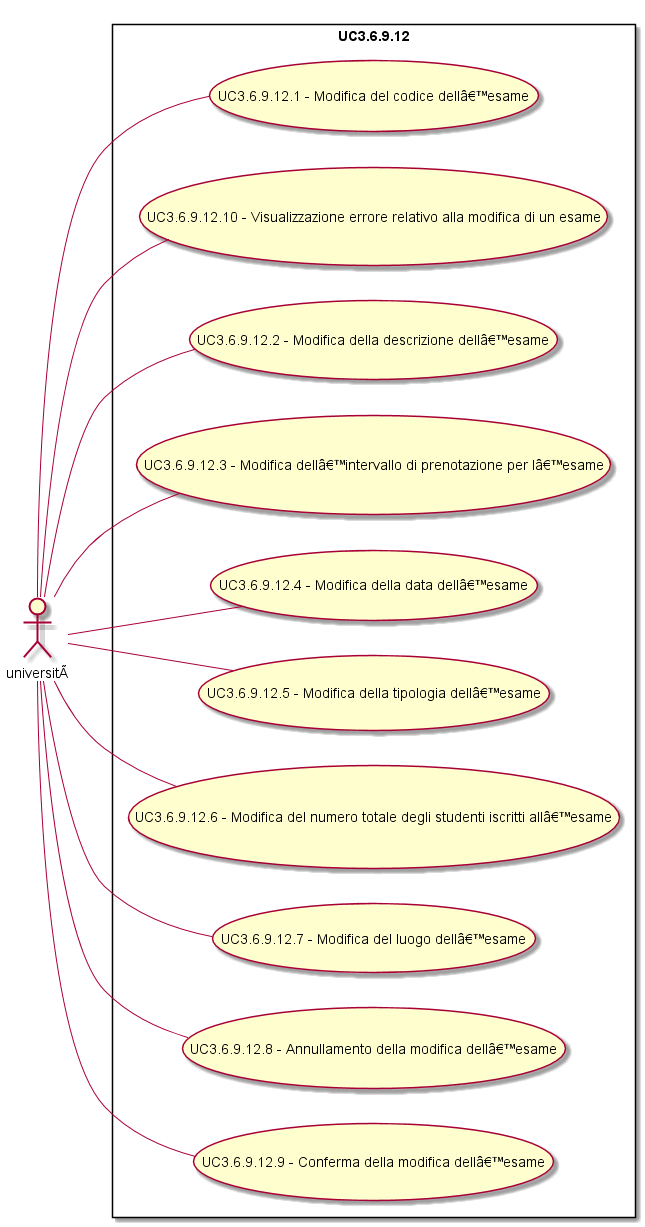
This is Analisi dei requisiti/img/UC3-6-9-12.png from SOS-SonsOfSwe/Marvin, a PlantUML export, as it was before one commit.
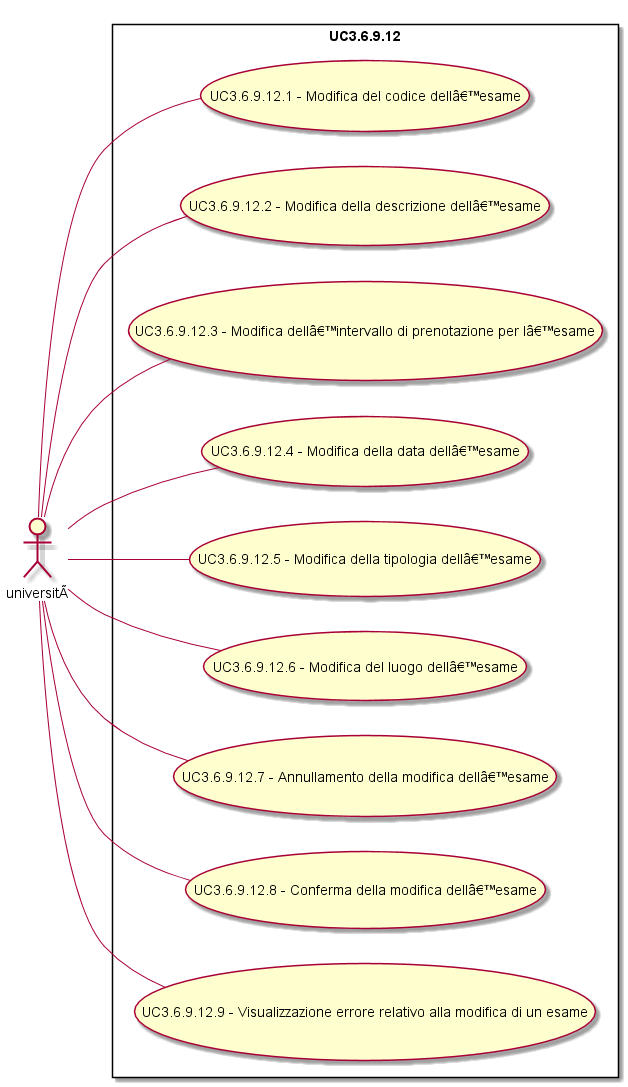
The same file after the commit.

Change to the diagram source:
```diff
@@ -4,14 +4,13 @@
 actor universitÃ
 rectangle UC3.6.9.12 {
 universitÃ  -- (UC3.6.9.12.1 - Modifica del codice dellâ??esame)
-universitÃ  -- (UC3.6.9.12.10 - Visualizzazione errore relativo alla modifica di un esame)
 universitÃ  -- (UC3.6.9.12.2 - Modifica della descrizione dellâ??esame)
 universitÃ  -- (UC3.6.9.12.3 - Modifica dellâ??intervallo di prenotazione per lâ??esame)
 universitÃ  -- (UC3.6.9.12.4 - Modifica della data dellâ??esame)
 universitÃ  -- (UC3.6.9.12.5 - Modifica della tipologia dellâ??esame)
-universitÃ  -- (UC3.6.9.12.6 - Modifica del numero totale degli studenti iscritti allâ??esame)
-universitÃ  -- (UC3.6.9.12.7 - Modifica del luogo dellâ??esame)
-universitÃ  -- (UC3.6.9.12.8 - Annullamento della modifica dellâ??esame)
-universitÃ  -- (UC3.6.9.12.9 - Conferma della modifica dellâ??esame)
+universitÃ  -- (UC3.6.9.12.6 - Modifica del luogo dellâ??esame)
+universitÃ  -- (UC3.6.9.12.7 - Annullamento della modifica dellâ??esame)
+universitÃ  -- (UC3.6.9.12.8 - Conferma della modifica dellâ??esame)
+universitÃ  -- (UC3.6.9.12.9 - Visualizzazione errore relativo alla modifica di un esame)
 }
 @enduml
```
